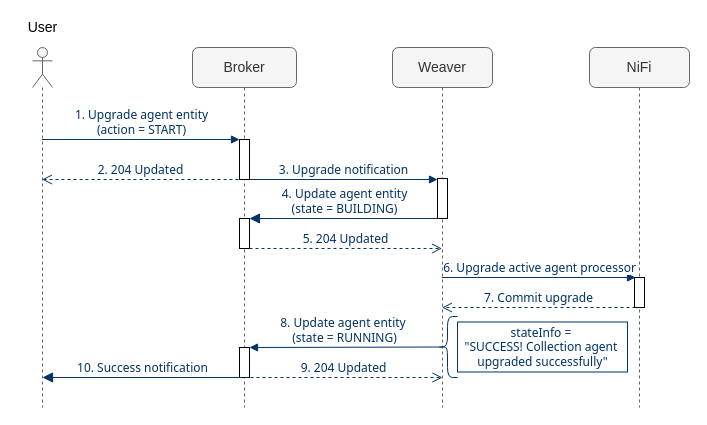
giros-dit/semantic-data-aggregator keeps this draw.io diagram as page "collection-agent-upgrade" (2 of 14) of docs/sda-orchestration/img/SDA-orchestration-sequence-diagrams.drawio. Above is the earlier version. Source tidied: cells renumbered, new cells numbered last; positions are measured from the earlier drawing's top-left corner, leaving out a move shared by most shapes. Both pictures are drawn from the tidied source at 100%, with x=0, y=0 at pixel (17, 17).
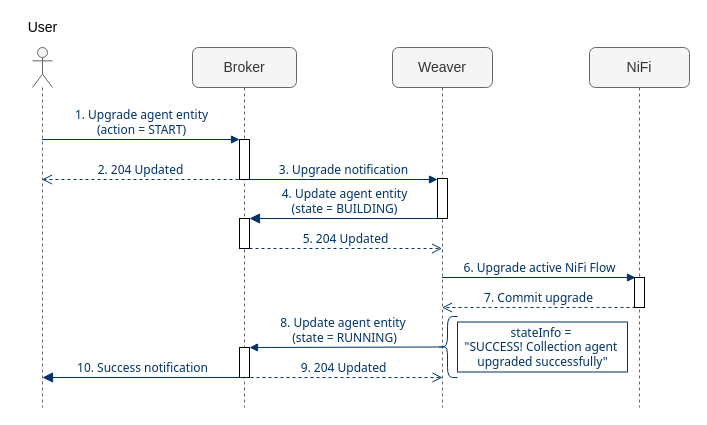
After the change.

Unchanged cells that the change refers to:
```xml
<mxCell id="3" value="Weaver" style="shape=umlLifeline;perimeter=lifelinePerimeter;whiteSpace=wrap;html=1;outlineConnect=0;rounded=1;fontSize=14;fontColor=#333333;strokeColor=#666666;fillColor=#f5f5f5;" parent="1" vertex="1">
  <mxGeometry x="375" y="30" width="100" height="360" as="geometry" />
</mxCell>
<mxCell id="17" style="html=1;points=[];perimeter=orthogonalPerimeter;fontFamily=Tahoma;fontSize=12;fontColor=#003366;" parent="1" vertex="1">
  <mxGeometry x="617" y="260" width="10" height="30" as="geometry" />
</mxCell>
```

Diff of the diagram source:
```diff
@@
-    <mxCell id="7" value="6. Upgrade active agent processor" style="html=1;verticalAlign=bottom;endArrow=block;strokeColor=#003366;fontFamily=Tahoma;fontSize=12;fontColor=#003366;entryX=0.1;entryY=0;entryDx=0;entryDy=0;entryPerimeter=0;" parent="1" edge="1" source="3" target="17">
+    <mxCell id="7" value="6. Upgrade active NiFi Flow" style="html=1;verticalAlign=bottom;endArrow=block;strokeColor=#003366;fontFamily=Tahoma;fontSize=12;fontColor=#003366;entryX=0.1;entryY=0;entryDx=0;entryDy=0;entryPerimeter=0;labelBackgroundColor=#ffffff;" parent="1" edge="1" source="3" target="17">
       <mxGeometry relative="1" as="geometry" />
     </mxCell>
```
